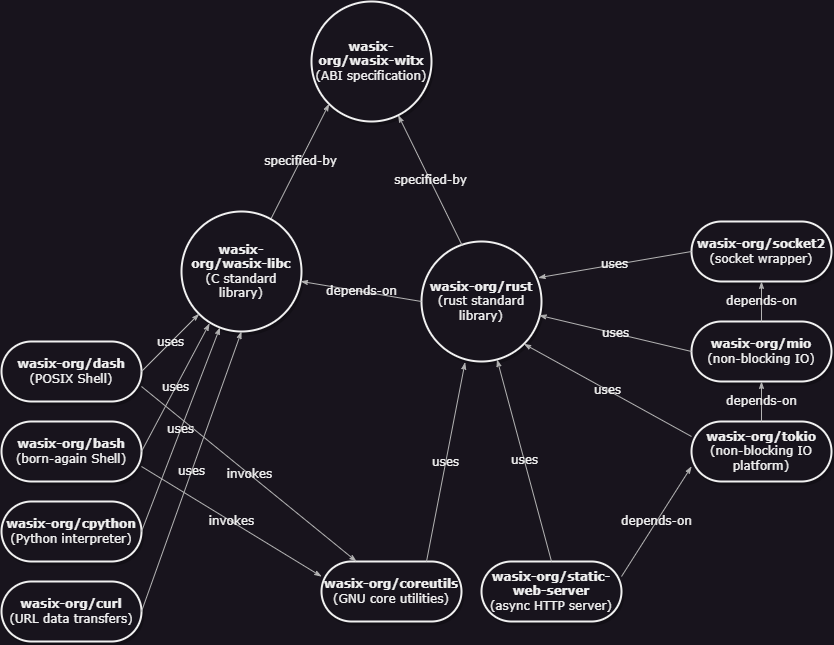
The draw.io diagram dependencies.drawio.png in zebreus/wasix-witx, before a commit. Source tidied: cells renumbered, new cells last; positions are measured from the earlier drawing's top-left corner, leaving out a move shared by most shapes. Source of this version:
```xml
<mxGraphModel>
  <root>
    <mxCell id="0" />
    <mxCell id="1" parent="0" />
    <mxCell id="2" value="&lt;b&gt;wasix-org/wasix-witx&lt;/b&gt;&lt;br&gt;(ABI specification)" style="ellipse;whiteSpace=wrap;html=1;rounded=1;shadow=1;comic=0;labelBackgroundColor=none;strokeWidth=2;fontFamily=Verdana;fontSize=12;align=center;" parent="1" vertex="1">
      <mxGeometry x="310" width="120" height="120" as="geometry" />
    </mxCell>
    <mxCell id="3" value="specified-by" style="edgeStyle=none;rounded=1;html=1;labelBackgroundColor=none;startArrow=none;startFill=0;startSize=5;endArrow=classicThin;endFill=1;endSize=5;jettySize=auto;strokeColor=#B3B3B3;strokeWidth=1;fontFamily=Verdana;fontSize=12;exitX=0.747;exitY=0.058;exitDx=0;exitDy=0;entryX=0;entryY=1;entryDx=0;entryDy=0;exitPerimeter=0;" parent="1" edge="1" source="4" target="2">
      <mxGeometry relative="1" as="geometry" />
    </mxCell>
    <mxCell id="4" value="&lt;b&gt;wasix-org/wasix-libc&lt;/b&gt;&lt;br&gt;(C standard library)" style="ellipse;whiteSpace=wrap;html=1;rounded=1;shadow=1;comic=0;labelBackgroundColor=none;strokeWidth=2;fontFamily=Verdana;fontSize=12;align=center;" parent="1" vertex="1">
      <mxGeometry x="180" y="210" width="120" height="120" as="geometry" />
    </mxCell>
    <mxCell id="5" value="&lt;b&gt;wasix-org/rust&lt;/b&gt;&lt;br&gt;(rust standard library)" style="ellipse;whiteSpace=wrap;html=1;rounded=1;shadow=1;comic=0;labelBackgroundColor=none;strokeWidth=2;fontFamily=Verdana;fontSize=12;align=center;" parent="1" vertex="1">
      <mxGeometry x="420" y="240" width="120" height="120" as="geometry" />
    </mxCell>
    <mxCell id="6" value="depends-on" style="edgeStyle=none;rounded=1;html=1;labelBackgroundColor=none;startArrow=none;startFill=0;startSize=5;endArrow=classicThin;endFill=1;endSize=5;jettySize=auto;strokeColor=#B3B3B3;strokeWidth=1;fontFamily=Verdana;fontSize=12;exitX=0;exitY=0.5;exitDx=0;exitDy=0;" parent="1" edge="1" source="5" target="4">
      <mxGeometry relative="1" as="geometry" />
    </mxCell>
    <mxCell id="7" value="specified-by" style="edgeStyle=none;rounded=1;html=1;labelBackgroundColor=none;startArrow=none;startFill=0;startSize=5;endArrow=classicThin;endFill=1;endSize=5;jettySize=auto;strokeColor=#B3B3B3;strokeWidth=1;fontFamily=Verdana;fontSize=12;exitX=0.34;exitY=0.035;exitDx=0;exitDy=0;entryX=0.723;entryY=0.948;entryDx=0;entryDy=0;exitPerimeter=0;entryPerimeter=0;" parent="1" edge="1" source="5" target="2">
      <mxGeometry relative="1" as="geometry" />
    </mxCell>
    <mxCell id="8" value="&lt;b&gt;wasix-org/mio&lt;/b&gt;&lt;br&gt;(non-blocking IO)" style="whiteSpace=wrap;html=1;rounded=1;shadow=1;comic=0;labelBackgroundColor=none;strokeWidth=2;fontFamily=Verdana;fontSize=12;align=center;arcSize=50;" parent="1" vertex="1">
      <mxGeometry x="690" y="320" width="140" height="60" as="geometry" />
    </mxCell>
    <mxCell id="9" value="&lt;b&gt;wasix-org/tokio&lt;/b&gt;&lt;br&gt;(non-blocking IO platform)" style="whiteSpace=wrap;html=1;rounded=1;shadow=1;comic=0;labelBackgroundColor=none;strokeWidth=2;fontFamily=Verdana;fontSize=12;align=center;arcSize=50;" parent="1" vertex="1">
      <mxGeometry x="690" y="420" width="140" height="60" as="geometry" />
    </mxCell>
    <mxCell id="10" value="&lt;b&gt;wasix-org/socket2&lt;/b&gt;&lt;br&gt;(socket wrapper)" style="whiteSpace=wrap;html=1;rounded=1;shadow=1;comic=0;labelBackgroundColor=none;strokeWidth=2;fontFamily=Verdana;fontSize=12;align=center;arcSize=50;" parent="1" vertex="1">
      <mxGeometry x="690" y="220" width="140" height="60" as="geometry" />
    </mxCell>
    <mxCell id="11" value="uses" style="edgeStyle=none;rounded=1;html=1;labelBackgroundColor=none;startArrow=none;startFill=0;startSize=5;endArrow=classicThin;endFill=1;endSize=5;jettySize=auto;strokeColor=#B3B3B3;strokeWidth=1;fontFamily=Verdana;fontSize=12;exitX=0;exitY=0.5;exitDx=0;exitDy=0;entryX=0.973;entryY=0.302;entryDx=0;entryDy=0;entryPerimeter=0;" parent="1" edge="1" source="10" target="5">
      <mxGeometry relative="1" as="geometry" />
    </mxCell>
    <mxCell id="12" value="uses" style="edgeStyle=none;rounded=1;html=1;labelBackgroundColor=none;startArrow=none;startFill=0;startSize=5;endArrow=classicThin;endFill=1;endSize=5;jettySize=auto;strokeColor=#B3B3B3;strokeWidth=1;fontFamily=Verdana;fontSize=12;exitX=0;exitY=0.5;exitDx=0;exitDy=0;entryX=0.98;entryY=0.615;entryDx=0;entryDy=0;entryPerimeter=0;" parent="1" edge="1" source="8" target="5">
      <mxGeometry relative="1" as="geometry" />
    </mxCell>
    <mxCell id="13" value="uses" style="edgeStyle=none;rounded=1;html=1;labelBackgroundColor=none;startArrow=none;startFill=0;startSize=5;endArrow=classicThin;endFill=1;endSize=5;jettySize=auto;strokeColor=#B3B3B3;strokeWidth=1;fontFamily=Verdana;fontSize=12;exitX=0;exitY=0.25;exitDx=0;exitDy=0;entryX=1;entryY=1;entryDx=0;entryDy=0;" parent="1" edge="1" source="9" target="5">
      <mxGeometry relative="1" as="geometry" />
    </mxCell>
    <mxCell id="14" value="depends-on" style="edgeStyle=none;rounded=1;html=1;labelBackgroundColor=none;startArrow=none;startFill=0;startSize=5;endArrow=classicThin;endFill=1;endSize=5;jettySize=auto;strokeColor=#B3B3B3;strokeWidth=1;fontFamily=Verdana;fontSize=12;exitX=0.5;exitY=0;exitDx=0;exitDy=0;entryX=0.5;entryY=1;entryDx=0;entryDy=0;" parent="1" edge="1" source="9" target="8">
      <mxGeometry relative="1" as="geometry" />
    </mxCell>
    <mxCell id="15" value="depends-on" style="edgeStyle=none;rounded=1;html=1;labelBackgroundColor=none;startArrow=none;startFill=0;startSize=5;endArrow=classicThin;endFill=1;endSize=5;jettySize=auto;strokeColor=#B3B3B3;strokeWidth=1;fontFamily=Verdana;fontSize=12;exitX=0.5;exitY=0;exitDx=0;exitDy=0;entryX=0.5;entryY=1;entryDx=0;entryDy=0;" parent="1" edge="1" source="8" target="10">
      <mxGeometry relative="1" as="geometry" />
    </mxCell>
    <mxCell id="16" value="&lt;b&gt;wasix-org/static-web-server&lt;/b&gt;&lt;br&gt;(async HTTP server)" style="whiteSpace=wrap;html=1;rounded=1;shadow=1;comic=0;labelBackgroundColor=none;strokeWidth=2;fontFamily=Verdana;fontSize=12;align=center;arcSize=50;" parent="1" vertex="1">
      <mxGeometry x="480" y="560" width="140" height="60" as="geometry" />
    </mxCell>
    <mxCell id="17" value="uses" style="edgeStyle=none;rounded=1;html=1;labelBackgroundColor=none;startArrow=none;startFill=0;startSize=5;endArrow=classicThin;endFill=1;endSize=5;jettySize=auto;strokeColor=#B3B3B3;strokeWidth=1;fontFamily=Verdana;fontSize=12;exitX=0.5;exitY=0;exitDx=0;exitDy=0;" parent="1" edge="1" source="16" target="5">
      <mxGeometry relative="1" as="geometry" />
    </mxCell>
    <mxCell id="18" value="depends-on" style="edgeStyle=none;rounded=1;html=1;labelBackgroundColor=none;startArrow=none;startFill=0;startSize=5;endArrow=classicThin;endFill=1;endSize=5;jettySize=auto;strokeColor=#B3B3B3;strokeWidth=1;fontFamily=Verdana;fontSize=12;exitX=1;exitY=0.25;exitDx=0;exitDy=0;entryX=0;entryY=0.75;entryDx=0;entryDy=0;" parent="1" edge="1" source="16" target="9">
      <mxGeometry relative="1" as="geometry" />
    </mxCell>
    <mxCell id="19" value="&lt;b&gt;wasix-org/bash&lt;/b&gt;&lt;br&gt;(born-again Shell)" style="whiteSpace=wrap;html=1;rounded=1;shadow=1;comic=0;labelBackgroundColor=none;strokeWidth=2;fontFamily=Verdana;fontSize=12;align=center;arcSize=50;" parent="1" vertex="1">
      <mxGeometry y="420" width="140" height="60" as="geometry" />
    </mxCell>
    <mxCell id="20" value="&lt;b&gt;wasix-org/dash&lt;/b&gt;&lt;br&gt;(POSIX Shell)" style="whiteSpace=wrap;html=1;rounded=1;shadow=1;comic=0;labelBackgroundColor=none;strokeWidth=2;fontFamily=Verdana;fontSize=12;align=center;arcSize=50;" parent="1" vertex="1">
      <mxGeometry y="340" width="140" height="60" as="geometry" />
    </mxCell>
    <mxCell id="21" value="&lt;b&gt;wasix-org/cpython&lt;/b&gt;&lt;br&gt;(Python interpreter)" style="whiteSpace=wrap;html=1;rounded=1;shadow=1;comic=0;labelBackgroundColor=none;strokeWidth=2;fontFamily=Verdana;fontSize=12;align=center;arcSize=50;" parent="1" vertex="1">
      <mxGeometry y="500" width="140" height="60" as="geometry" />
    </mxCell>
    <mxCell id="22" value="&lt;b&gt;wasix-org/curl&lt;/b&gt;&lt;br&gt;(URL data transfers)" style="whiteSpace=wrap;html=1;rounded=1;shadow=1;comic=0;labelBackgroundColor=none;strokeWidth=2;fontFamily=Verdana;fontSize=12;align=center;arcSize=50;" parent="1" vertex="1">
      <mxGeometry y="580" width="140" height="60" as="geometry" />
    </mxCell>
    <mxCell id="23" value="uses" style="edgeStyle=none;rounded=1;html=1;labelBackgroundColor=none;startArrow=none;startFill=0;startSize=5;endArrow=classicThin;endFill=1;endSize=5;jettySize=auto;strokeColor=#B3B3B3;strokeWidth=1;fontFamily=Verdana;fontSize=12;exitX=1;exitY=0.5;exitDx=0;exitDy=0;entryX=0;entryY=1;entryDx=0;entryDy=0;" parent="1" edge="1" source="20" target="4">
      <mxGeometry relative="1" as="geometry" />
    </mxCell>
    <mxCell id="24" value="uses" style="edgeStyle=none;rounded=1;html=1;labelBackgroundColor=none;startArrow=none;startFill=0;startSize=5;endArrow=classicThin;endFill=1;endSize=5;jettySize=auto;strokeColor=#B3B3B3;strokeWidth=1;fontFamily=Verdana;fontSize=12;exitX=1;exitY=0.5;exitDx=0;exitDy=0;entryX=0;entryY=1;entryDx=0;entryDy=0;" parent="1" edge="1" source="19">
      <mxGeometry relative="1" as="geometry">
        <mxPoint x="208" y="322" as="targetPoint" />
      </mxGeometry>
    </mxCell>
    <mxCell id="25" value="uses" style="edgeStyle=none;rounded=1;html=1;labelBackgroundColor=none;startArrow=none;startFill=0;startSize=5;endArrow=classicThin;endFill=1;endSize=5;jettySize=auto;strokeColor=#B3B3B3;strokeWidth=1;fontFamily=Verdana;fontSize=12;exitX=1;exitY=0.5;exitDx=0;exitDy=0;" parent="1" edge="1" source="21" target="4">
      <mxGeometry relative="1" as="geometry" />
    </mxCell>
    <mxCell id="26" value="uses" style="edgeStyle=none;rounded=1;html=1;labelBackgroundColor=none;startArrow=none;startFill=0;startSize=5;endArrow=classicThin;endFill=1;endSize=5;jettySize=auto;strokeColor=#B3B3B3;strokeWidth=1;fontFamily=Verdana;fontSize=12;exitX=1;exitY=0.5;exitDx=0;exitDy=0;entryX=0.5;entryY=1;entryDx=0;entryDy=0;" parent="1" edge="1" source="22" target="4">
      <mxGeometry relative="1" as="geometry" />
    </mxCell>
    <mxCell id="27" value="&lt;b&gt;wasix-org/coreutils&lt;/b&gt;&lt;br&gt;(GNU core utilities)" style="whiteSpace=wrap;html=1;rounded=1;shadow=1;comic=0;labelBackgroundColor=none;strokeWidth=2;fontFamily=Verdana;fontSize=12;align=center;arcSize=50;" parent="1" vertex="1">
      <mxGeometry x="320" y="560" width="140" height="60" as="geometry" />
    </mxCell>
    <mxCell id="28" value="uses" style="edgeStyle=none;rounded=1;html=1;labelBackgroundColor=none;startArrow=none;startFill=0;startSize=5;endArrow=classicThin;endFill=1;endSize=5;jettySize=auto;strokeColor=#B3B3B3;strokeWidth=1;fontFamily=Verdana;fontSize=12;exitX=0.75;exitY=0;exitDx=0;exitDy=0;entryX=0.363;entryY=1.007;entryDx=0;entryDy=0;entryPerimeter=0;" parent="1" edge="1" source="27" target="5">
      <mxGeometry relative="1" as="geometry" />
    </mxCell>
    <mxCell id="29" value="invokes" style="edgeStyle=none;rounded=1;html=1;labelBackgroundColor=none;startArrow=none;startFill=0;startSize=5;endArrow=classicThin;endFill=1;endSize=5;jettySize=auto;strokeColor=#B3B3B3;strokeWidth=1;fontFamily=Verdana;fontSize=12;exitX=1;exitY=0.75;exitDx=0;exitDy=0;entryX=0;entryY=0.25;entryDx=0;entryDy=0;" parent="1" edge="1" source="19" target="27">
      <mxGeometry relative="1" as="geometry" />
    </mxCell>
    <mxCell id="30" value="invokes" style="edgeStyle=none;rounded=1;html=1;labelBackgroundColor=none;startArrow=none;startFill=0;startSize=5;endArrow=classicThin;endFill=1;endSize=5;jettySize=auto;strokeColor=#B3B3B3;strokeWidth=1;fontFamily=Verdana;fontSize=12;exitX=1;exitY=0.75;exitDx=0;exitDy=0;entryX=0.25;entryY=0;entryDx=0;entryDy=0;" parent="1" edge="1" source="20" target="27">
      <mxGeometry relative="1" as="geometry" />
    </mxCell>
  </root>
</mxGraphModel>
```
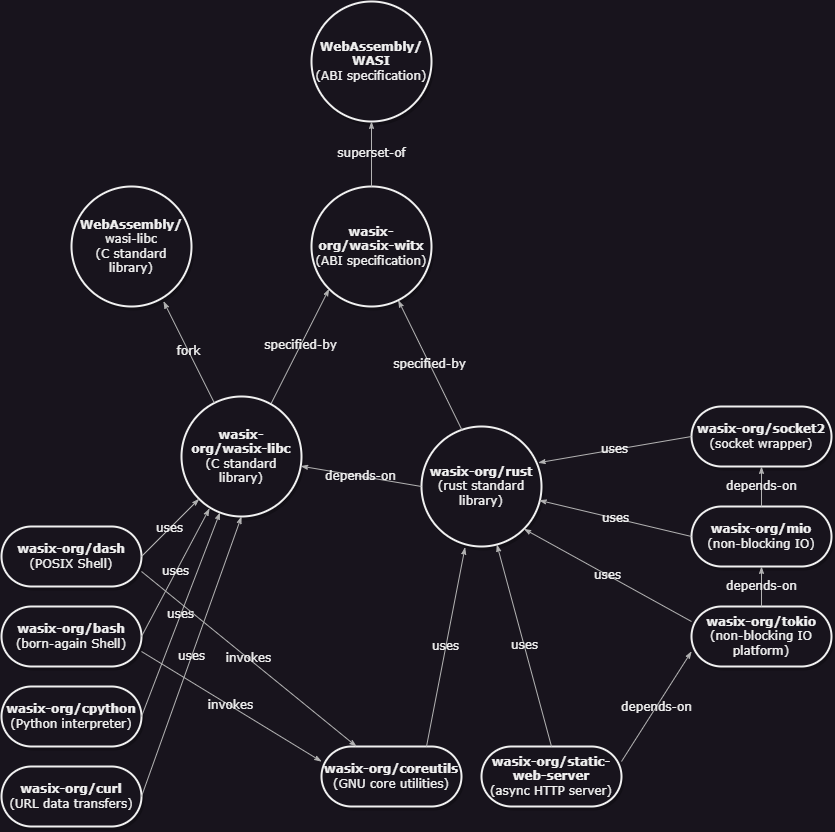
Above is the later version.

Change to the diagram source:
```diff
@@ -91,5 +91,17 @@
     <mxCell id="30" value="invokes" style="edgeStyle=none;rounded=1;html=1;labelBackgroundColor=none;startArrow=none;startFill=0;startSize=5;endArrow=classicThin;endFill=1;endSize=5;jettySize=auto;strokeColor=#B3B3B3;strokeWidth=1;fontFamily=Verdana;fontSize=12;exitX=1;exitY=0.75;exitDx=0;exitDy=0;entryX=0.25;entryY=0;entryDx=0;entryDy=0;" parent="1" edge="1" source="20" target="27">
       <mxGeometry relative="1" as="geometry" />
     </mxCell>
+    <mxCell id="31" value="&lt;b&gt;WebAssembly/&lt;br&gt;WASI&lt;/b&gt;&lt;br&gt;(ABI specification)" style="ellipse;whiteSpace=wrap;html=1;rounded=1;shadow=1;comic=0;labelBackgroundColor=none;strokeWidth=2;fontFamily=Verdana;fontSize=12;align=center;" parent="1" vertex="1">
+      <mxGeometry x="310" y="-185" width="120" height="120" as="geometry" />
+    </mxCell>
+    <mxCell id="32" value="superset-of" style="edgeStyle=none;rounded=1;html=1;labelBackgroundColor=none;startArrow=none;startFill=0;startSize=5;endArrow=classicThin;endFill=1;endSize=5;jettySize=auto;strokeColor=#B3B3B3;strokeWidth=1;fontFamily=Verdana;fontSize=12;exitX=0.5;exitY=0;exitDx=0;exitDy=0;entryX=0.5;entryY=1;entryDx=0;entryDy=0;" parent="1" edge="1" source="2" target="31">
+      <mxGeometry relative="1" as="geometry" />
+    </mxCell>
+    <mxCell id="33" value="&lt;b&gt;WebAssembly/&lt;br&gt;&lt;/b&gt;wasi-libc&lt;br&gt;(C standard library)" style="ellipse;whiteSpace=wrap;html=1;rounded=1;shadow=1;comic=0;labelBackgroundColor=none;strokeWidth=2;fontFamily=Verdana;fontSize=12;align=center;" parent="1" vertex="1">
+      <mxGeometry x="70" width="120" height="120" as="geometry" />
+    </mxCell>
+    <mxCell id="34" value="fork" style="edgeStyle=none;rounded=1;html=1;labelBackgroundColor=none;startArrow=none;startFill=0;startSize=5;endArrow=classicThin;endFill=1;endSize=5;jettySize=auto;strokeColor=#B3B3B3;strokeWidth=1;fontFamily=Verdana;fontSize=12;entryX=0.767;entryY=0.957;entryDx=0;entryDy=0;entryPerimeter=0;" parent="1" edge="1" source="4" target="33">
+      <mxGeometry relative="1" as="geometry" />
+    </mxCell>
   </root>
 </mxGraphModel>
```
